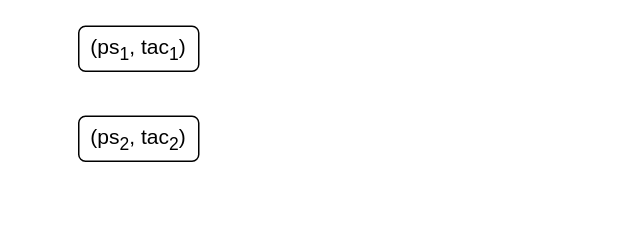
Above: knn.drawio in Zhang-Liao/draw-io (draw.io), before the change. Source tidied: cells renumbered, new cells numbered last; positions are measured from the earlier drawing's top-left corner, leaving out a move shared by most shapes. Both pictures are drawn from the tidied source at 150%, with x=0, y=0 at pixel (78, 26).
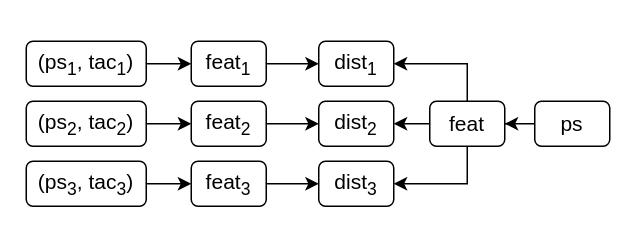
Above is the later version.

Diff of the diagram source:
```diff
@@
+    <mxCell id="4" style="edgeStyle=orthogonalEdgeStyle;rounded=0;jettySize=auto;html=1;exitX=1;exitY=0.5;exitDx=0;exitDy=0;entryX=0;entryY=0.5;entryDx=0;entryDy=0;" parent="1" edge="1" source="2" target="9">
+      <mxGeometry relative="1" as="geometry" />
+    </mxCell>
     <mxCell id="2" value="&lt;font style=&quot;font-size: 14px;&quot;&gt;(ps&lt;sub style=&quot;&quot;&gt;1&lt;/sub&gt;, tac&lt;sub style=&quot;&quot;&gt;1&lt;/sub&gt;)&lt;/font&gt;" style="rounded=1;whiteSpace=wrap;html=1;" parent="1" vertex="1">
-      <mxGeometry width="80" height="30" as="geometry" />
+      <mxGeometry x="-35" y="10" width="80" height="30" as="geometry" />
     </mxCell>
+    <mxCell id="5" style="edgeStyle=orthogonalEdgeStyle;rounded=0;jettySize=auto;html=1;exitX=1;exitY=0.5;exitDx=0;exitDy=0;" parent="1" edge="1" source="3" target="11">
+      <mxGeometry relative="1" as="geometry" />
+    </mxCell>
     <mxCell id="3" value="&lt;font style=&quot;font-size: 14px;&quot;&gt;(ps&lt;sub style=&quot;&quot;&gt;2&lt;/sub&gt;, tac&lt;sub style=&quot;&quot;&gt;2&lt;/sub&gt;)&lt;/font&gt;" style="rounded=1;whiteSpace=wrap;html=1;" parent="1" vertex="1">
-      <mxGeometry y="60" width="80" height="30" as="geometry" />
+      <mxGeometry x="-35" y="50" width="80" height="30" as="geometry" />
     </mxCell>
+    <mxCell id="6" style="edgeStyle=orthogonalEdgeStyle;rounded=0;jettySize=auto;html=1;exitX=1;exitY=0.5;exitDx=0;exitDy=0;entryX=0;entryY=0.5;entryDx=0;entryDy=0;" parent="1" edge="1" source="7" target="13">
+      <mxGeometry relative="1" as="geometry" />
+    </mxCell>
+    <mxCell id="7" value="&lt;font style=&quot;font-size: 14px;&quot;&gt;(ps&lt;sub style=&quot;&quot;&gt;3&lt;/sub&gt;, tac&lt;sub style=&quot;&quot;&gt;3&lt;/sub&gt;)&lt;/font&gt;" style="rounded=1;whiteSpace=wrap;html=1;" parent="1" vertex="1">
+      <mxGeometry x="-35" y="90" width="80" height="30" as="geometry" />
+    </mxCell>
+    <mxCell id="8" style="edgeStyle=orthogonalEdgeStyle;rounded=0;jettySize=auto;html=1;exitX=1;exitY=0.5;exitDx=0;exitDy=0;entryX=0;entryY=0.5;entryDx=0;entryDy=0;" parent="1" edge="1" source="9" target="19">
+      <mxGeometry relative="1" as="geometry" />
+    </mxCell>
+    <mxCell id="9" value="&lt;span style=&quot;font-size: 14px;&quot;&gt;feat&lt;sub&gt;1&lt;/sub&gt;&lt;/span&gt;" style="rounded=1;whiteSpace=wrap;html=1;" parent="1" vertex="1">
+      <mxGeometry x="75" y="10" width="50" height="30" as="geometry" />
+    </mxCell>
+    <mxCell id="10" style="edgeStyle=orthogonalEdgeStyle;rounded=0;jettySize=auto;html=1;exitX=1;exitY=0.5;exitDx=0;exitDy=0;entryX=0;entryY=0.5;entryDx=0;entryDy=0;" parent="1" edge="1" source="11" target="20">
+      <mxGeometry relative="1" as="geometry" />
+    </mxCell>
+    <mxCell id="11" value="&lt;span style=&quot;font-size: 14px;&quot;&gt;feat&lt;sub&gt;2&lt;/sub&gt;&lt;/span&gt;" style="rounded=1;whiteSpace=wrap;html=1;" parent="1" vertex="1">
+      <mxGeometry x="75" y="50" width="50" height="30" as="geometry" />
+    </mxCell>
+    <mxCell id="12" style="edgeStyle=orthogonalEdgeStyle;rounded=0;jettySize=auto;html=1;exitX=1;exitY=0.5;exitDx=0;exitDy=0;entryX=0;entryY=0.5;entryDx=0;entryDy=0;" parent="1" edge="1" source="13" target="21">
+      <mxGeometry relative="1" as="geometry" />
+    </mxCell>
+    <mxCell id="13" value="&lt;span style=&quot;font-size: 14px;&quot;&gt;feat&lt;sub&gt;3&lt;/sub&gt;&lt;/span&gt;" style="rounded=1;whiteSpace=wrap;html=1;" parent="1" vertex="1">
+      <mxGeometry x="75" y="90" width="50" height="30" as="geometry" />
+    </mxCell>
+    <mxCell id="14" value="&lt;font style=&quot;font-size: 14px;&quot;&gt;ps&lt;/font&gt;" style="rounded=1;whiteSpace=wrap;html=1;" parent="1" vertex="1">
+      <mxGeometry x="304" y="50" width="50" height="30" as="geometry" />
+    </mxCell>
+    <mxCell id="15" style="edgeStyle=orthogonalEdgeStyle;rounded=0;jettySize=auto;html=1;exitX=0;exitY=0.5;exitDx=0;exitDy=0;" parent="1" edge="1" source="18">
+      <mxGeometry relative="1" as="geometry">
+        <mxPoint x="210" y="64.8" as="targetPoint" />
+      </mxGeometry>
+    </mxCell>
+    <mxCell id="16" style="edgeStyle=orthogonalEdgeStyle;rounded=0;jettySize=auto;html=1;exitX=0.5;exitY=0;exitDx=0;exitDy=0;entryX=1;entryY=0.5;entryDx=0;entryDy=0;" parent="1" edge="1" source="18" target="19">
+      <mxGeometry relative="1" as="geometry" />
+    </mxCell>
+    <mxCell id="17" style="edgeStyle=orthogonalEdgeStyle;rounded=0;jettySize=auto;html=1;entryX=1;entryY=0.5;entryDx=0;entryDy=0;exitX=0.5;exitY=1;exitDx=0;exitDy=0;" parent="1" edge="1" source="18" target="21">
+      <mxGeometry relative="1" as="geometry">
+        <Array as="points">
+          <mxPoint x="259" y="105" />
+        </Array>
+      </mxGeometry>
+    </mxCell>
+    <mxCell id="18" value="&lt;span style=&quot;font-size: 14px;&quot;&gt;feat&lt;/span&gt;" style="rounded=1;whiteSpace=wrap;html=1;" parent="1" vertex="1">
+      <mxGeometry x="234" y="50" width="50" height="30" as="geometry" />
+    </mxCell>
+    <mxCell id="19" value="&lt;span style=&quot;font-size: 14px;&quot;&gt;dist&lt;sub&gt;1&lt;/sub&gt;&lt;/span&gt;" style="rounded=1;whiteSpace=wrap;html=1;" parent="1" vertex="1">
+      <mxGeometry x="160" y="10" width="50" height="30" as="geometry" />
+    </mxCell>
+    <mxCell id="20" value="&lt;span style=&quot;font-size: 14px;&quot;&gt;dist&lt;sub&gt;2&lt;/sub&gt;&lt;/span&gt;" style="rounded=1;whiteSpace=wrap;html=1;" parent="1" vertex="1">
+      <mxGeometry x="160" y="50" width="50" height="30" as="geometry" />
+    </mxCell>
+    <mxCell id="21" value="&lt;span style=&quot;font-size: 14px;&quot;&gt;dist&lt;sub&gt;3&lt;/sub&gt;&lt;/span&gt;" style="rounded=1;whiteSpace=wrap;html=1;" parent="1" vertex="1">
+      <mxGeometry x="160" y="90" width="50" height="30" as="geometry" />
+    </mxCell>
+    <mxCell id="22" style="edgeStyle=orthogonalEdgeStyle;rounded=0;jettySize=auto;html=1;entryX=1;entryY=0.5;entryDx=0;entryDy=0;" parent="1" edge="1" source="14" target="18">
+      <mxGeometry relative="1" as="geometry" />
+    </mxCell>
```
